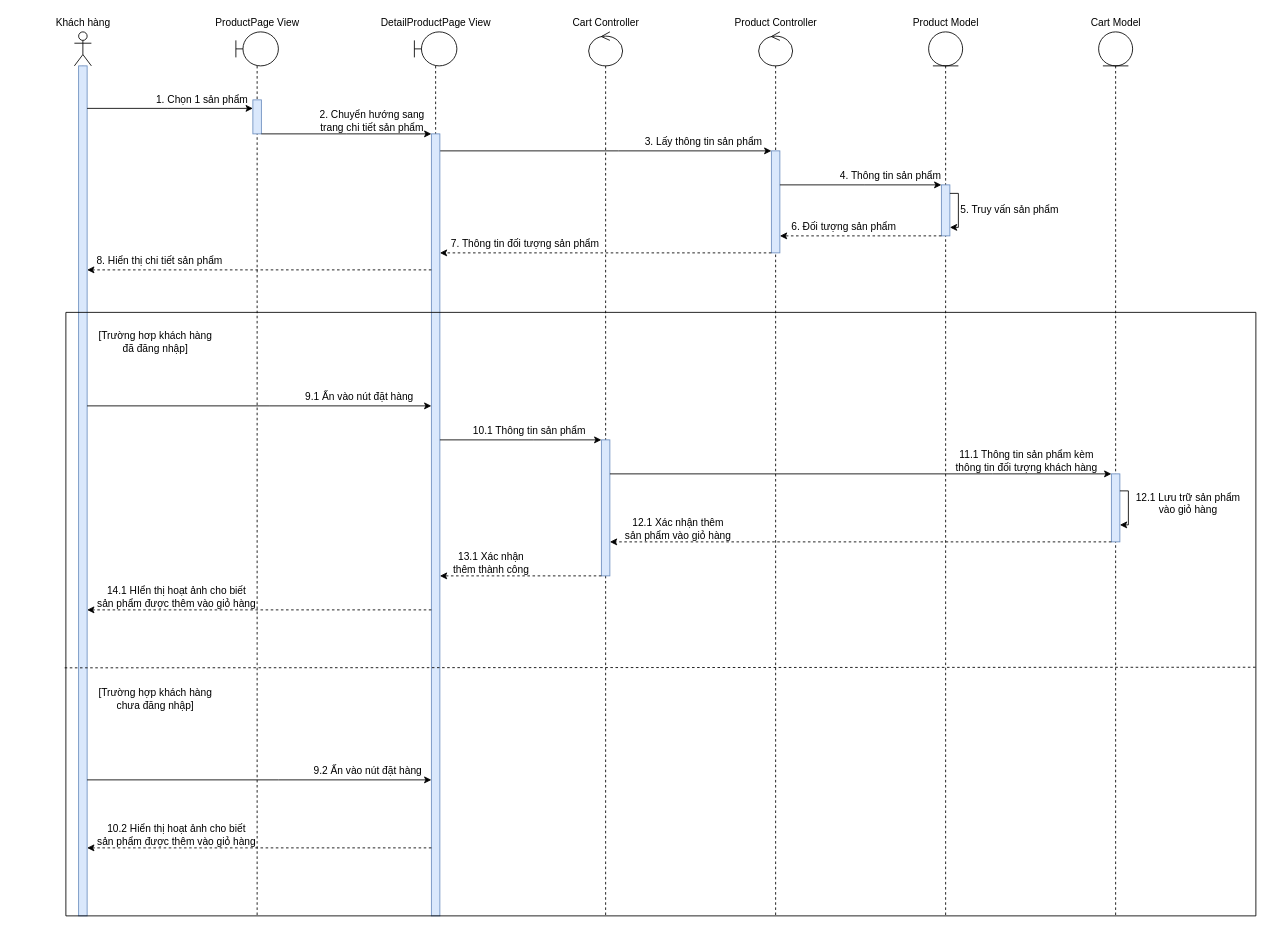
Above: Nam3_HK1/CNPM_SoftTech/Sequence Diagrams/Nguyên Lộc/SD_ĐặtHàng.drawio in EdgarIgnite16/SGU-Course (draw.io), before the change. Source tidied: cells renumbered, new cells numbered last; positions are measured from the earlier drawing's top-left corner, leaving out a move shared by most shapes. Both pictures are drawn from the tidied source at 85%, with x=0, y=0 at pixel (48, 14).
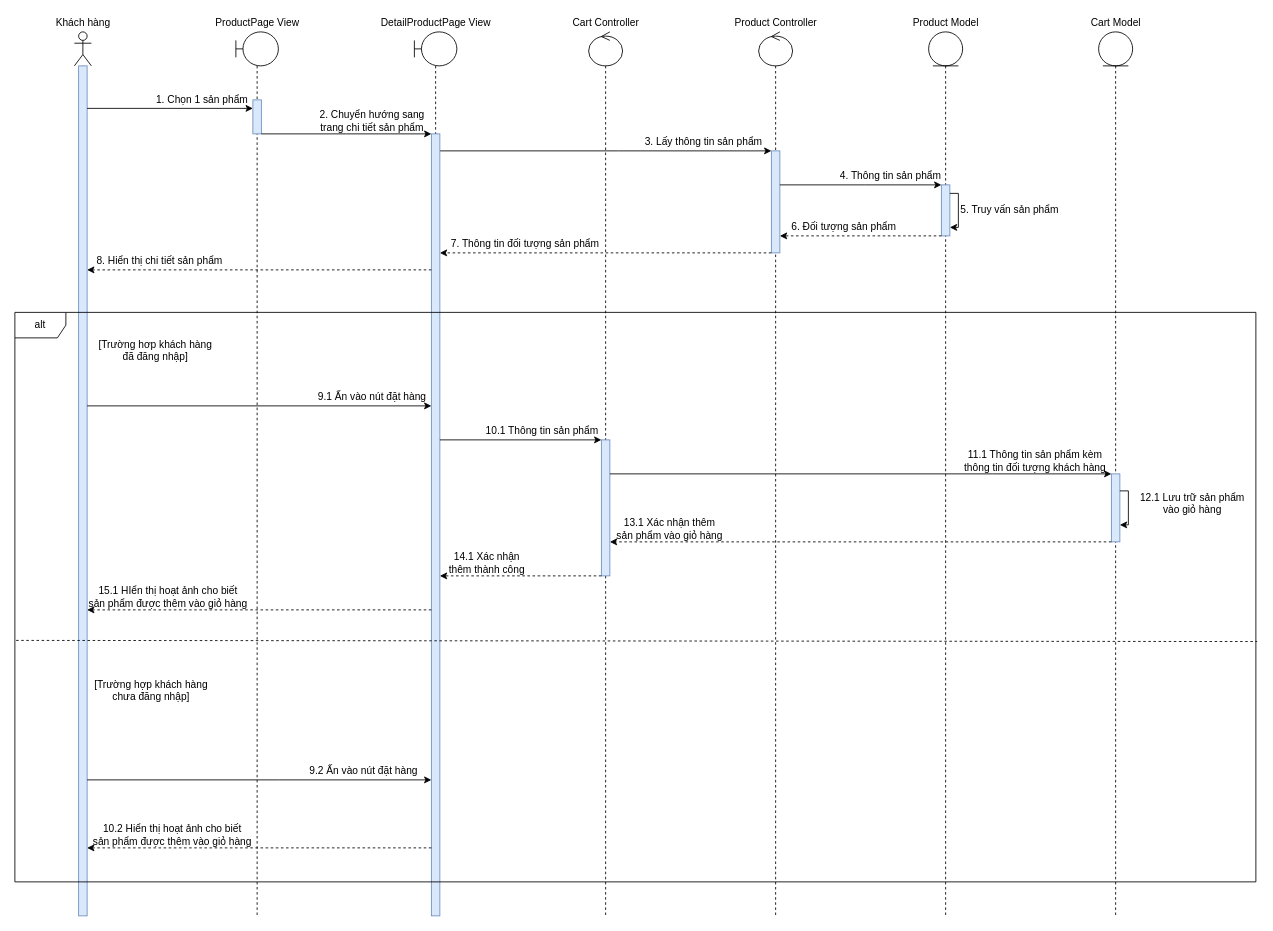
The same page after the edit.

Diff of the diagram source:
```diff
@@
-    <mxCell id="48" style="swimlane;startSize=0;" parent="1" vertex="1">
-      <mxGeometry x="20" y="350" width="1400" height="710" as="geometry" />
-    </mxCell>
-    <mxCell id="49" value="[Trường hơp khách hàng &lt;br&gt;đã đăng nhập]" style="text;html=1;align=center;verticalAlign=middle;strokeColor=none;fillColor=none;" parent="48" vertex="1">
-      <mxGeometry x="30" y="20" width="150" height="30" as="geometry" />
-    </mxCell>
-    <mxCell id="50" value="9.1 Ấn vào nút đặt hàng" style="text;html=1;align=center;verticalAlign=middle;strokeColor=none;fillColor=none;" parent="48" vertex="1">
-      <mxGeometry x="275" y="90" width="140" height="20" as="geometry" />
+    <mxCell id="50" value="9.1 Ấn vào nút đặt hàng" style="text;html=1;align=center;verticalAlign=middle;strokeColor=none;fillColor=none;" parent="1" vertex="1">
+      <mxGeometry x="310" y="440" width="140" height="20" as="geometry" />
     </mxCell>
-    <mxCell id="51" value="10.1 Thông tin sản phẩm" style="text;html=1;align=center;verticalAlign=middle;strokeColor=none;fillColor=none;" parent="48" vertex="1">
-      <mxGeometry x="470" y="130" width="150" height="20" as="geometry" />
+    <mxCell id="51" value="10.1 Thông tin sản phẩm" style="text;html=1;align=center;verticalAlign=middle;strokeColor=none;fillColor=none;" parent="1" vertex="1">
+      <mxGeometry x="505" y="480" width="150" height="20" as="geometry" />
     </mxCell>
+    <mxCell id="58" value="11.1 Thông tin sản phẩm kèm &lt;br&gt;thông tin đối tượng khách hàng" style="text;html=1;align=center;verticalAlign=middle;strokeColor=none;fillColor=none;" parent="1" vertex="1">
+      <mxGeometry x="1070" y="510" width="180" height="30" as="geometry" />
+    </mxCell>
-    <mxCell id="52" value="12.1 Lưu trữ sản phẩm&lt;br&gt;vào giỏ hàng" style="text;html=1;align=center;verticalAlign=middle;strokeColor=none;fillColor=none;" parent="48" vertex="1">
-      <mxGeometry x="1250" y="210" width="140" height="30" as="geometry" />
+    <mxCell id="52" value="12.1 Lưu trữ sản phẩm&lt;br&gt;vào giỏ hàng" style="text;html=1;align=center;verticalAlign=middle;strokeColor=none;fillColor=none;" parent="1" vertex="1">
+      <mxGeometry x="1275" y="560" width="140" height="30" as="geometry" />
     </mxCell>
-    <mxCell id="53" value="12.1 Xác nhận thêm &lt;br&gt;sản phẩm vào giỏ hàng" style="text;html=1;align=center;verticalAlign=middle;strokeColor=none;fillColor=none;" parent="48" vertex="1">
-      <mxGeometry x="650" y="240" width="140" height="30" as="geometry" />
+    <mxCell id="53" value="13.1 Xác nhận thêm &lt;br&gt;sản phẩm vào giỏ hàng" style="text;html=1;align=center;verticalAlign=middle;strokeColor=none;fillColor=none;" parent="1" vertex="1">
+      <mxGeometry x="660" y="590" width="140" height="30" as="geometry" />
     </mxCell>
-    <mxCell id="54" value="13.1 Xác nhận &lt;br&gt;thêm thành công" style="text;html=1;align=center;verticalAlign=middle;strokeColor=none;fillColor=none;" parent="48" vertex="1">
-      <mxGeometry x="450" y="280" width="100" height="30" as="geometry" />
+    <mxCell id="54" value="14.1 Xác nhận &lt;br&gt;thêm thành công" style="text;html=1;align=center;verticalAlign=middle;strokeColor=none;fillColor=none;" parent="1" vertex="1">
+      <mxGeometry x="465" y="630" width="100" height="30" as="geometry" />
     </mxCell>
+    <mxCell id="57" value="15.1 HIển thị hoạt ảnh cho biết&lt;br&gt;sản phẩm được thêm vào giỏ hàng" style="text;html=1;align=center;verticalAlign=middle;strokeColor=none;fillColor=none;" parent="1" vertex="1">
+      <mxGeometry x="40" y="670" width="200" height="30" as="geometry" />
+    </mxCell>
+    <mxCell id="49" value="[Trường hơp khách hàng &lt;br&gt;đã đăng nhập]" style="text;html=1;align=center;verticalAlign=middle;strokeColor=none;fillColor=none;" parent="1" vertex="1">
+      <mxGeometry x="50" y="380" width="150" height="30" as="geometry" />
+    </mxCell>
-    <mxCell id="55" value="[Trường hợp khách hàng&lt;br&gt;chưa đăng nhập]" style="text;html=1;align=center;verticalAlign=middle;strokeColor=none;fillColor=none;" parent="48" vertex="1">
-      <mxGeometry x="30" y="440" width="150" height="30" as="geometry" />
+    <mxCell id="55" value="[Trường hợp khách hàng&lt;br&gt;chưa đăng nhập]" style="text;html=1;align=center;verticalAlign=middle;strokeColor=none;fillColor=none;" parent="1" vertex="1">
+      <mxGeometry x="45" y="780" width="150" height="30" as="geometry" />
     </mxCell>
-    <mxCell id="56" value="9.2 Ấn vào nút đặt hàng" style="text;html=1;align=center;verticalAlign=middle;strokeColor=none;fillColor=none;" parent="48" vertex="1">
-      <mxGeometry x="285" y="530" width="140" height="20" as="geometry" />
+    <mxCell id="56" value="9.2 Ấn vào nút đặt hàng" style="text;html=1;align=center;verticalAlign=middle;strokeColor=none;fillColor=none;" parent="1" vertex="1">
+      <mxGeometry x="300" y="880" width="140" height="20" as="geometry" />
     </mxCell>
-    <mxCell id="57" value="14.1 HIển thị hoạt ảnh cho biết&lt;br&gt;sản phẩm được thêm vào giỏ hàng" style="text;html=1;align=center;verticalAlign=middle;strokeColor=none;fillColor=none;" parent="48" vertex="1">
-      <mxGeometry x="30" y="320" width="200" height="30" as="geometry" />
-    </mxCell>
-    <mxCell id="58" value="11.1 Thông tin sản phẩm kèm &lt;br&gt;thông tin đối tượng khách hàng" style="text;html=1;align=center;verticalAlign=middle;strokeColor=none;fillColor=none;" parent="48" vertex="1">
-      <mxGeometry x="1040" y="160" width="180" height="30" as="geometry" />
-    </mxCell>
-    <mxCell id="59" value="10.2 Hiển thị hoạt ảnh cho biết&lt;br&gt;sản phẩm được thêm vào giỏ hàng" style="text;html=1;align=center;verticalAlign=middle;strokeColor=none;fillColor=none;" parent="48" vertex="1">
-      <mxGeometry x="30" y="600" width="200" height="30" as="geometry" />
+    <mxCell id="59" value="10.2 Hiển thị hoạt ảnh cho biết&lt;br&gt;sản phẩm được thêm vào giỏ hàng" style="text;html=1;align=center;verticalAlign=middle;strokeColor=none;fillColor=none;" parent="1" vertex="1">
+      <mxGeometry x="45" y="950" width="200" height="30" as="geometry" />
     </mxCell>
-    <mxCell id="60" style="endArrow=none;dashed=1;html=1;rounded=0;exitX=-0.001;exitY=0.589;exitDx=0;exitDy=0;exitPerimeter=0;entryX=1;entryY=0.588;entryDx=0;entryDy=0;entryPerimeter=0;" parent="1" edge="1" source="48" target="48">
-      <mxGeometry relative="1" as="geometry" />
-    </mxCell>
+    <mxCell id="61" value="alt" style="shape=umlFrame;whiteSpace=wrap;html=1;" parent="1" vertex="1">
+      <mxGeometry x="-40" y="350" width="1460" height="670" as="geometry" />
+    </mxCell>
+    <mxCell id="62" style="endArrow=none;dashed=1;html=1;rounded=0;exitX=0.001;exitY=0.576;exitDx=0;exitDy=0;exitPerimeter=0;entryX=1.001;entryY=0.578;entryDx=0;entryDy=0;entryPerimeter=0;" parent="1" edge="1" source="61" target="61">
+      <mxGeometry relative="1" as="geometry" />
+    </mxCell>
```
